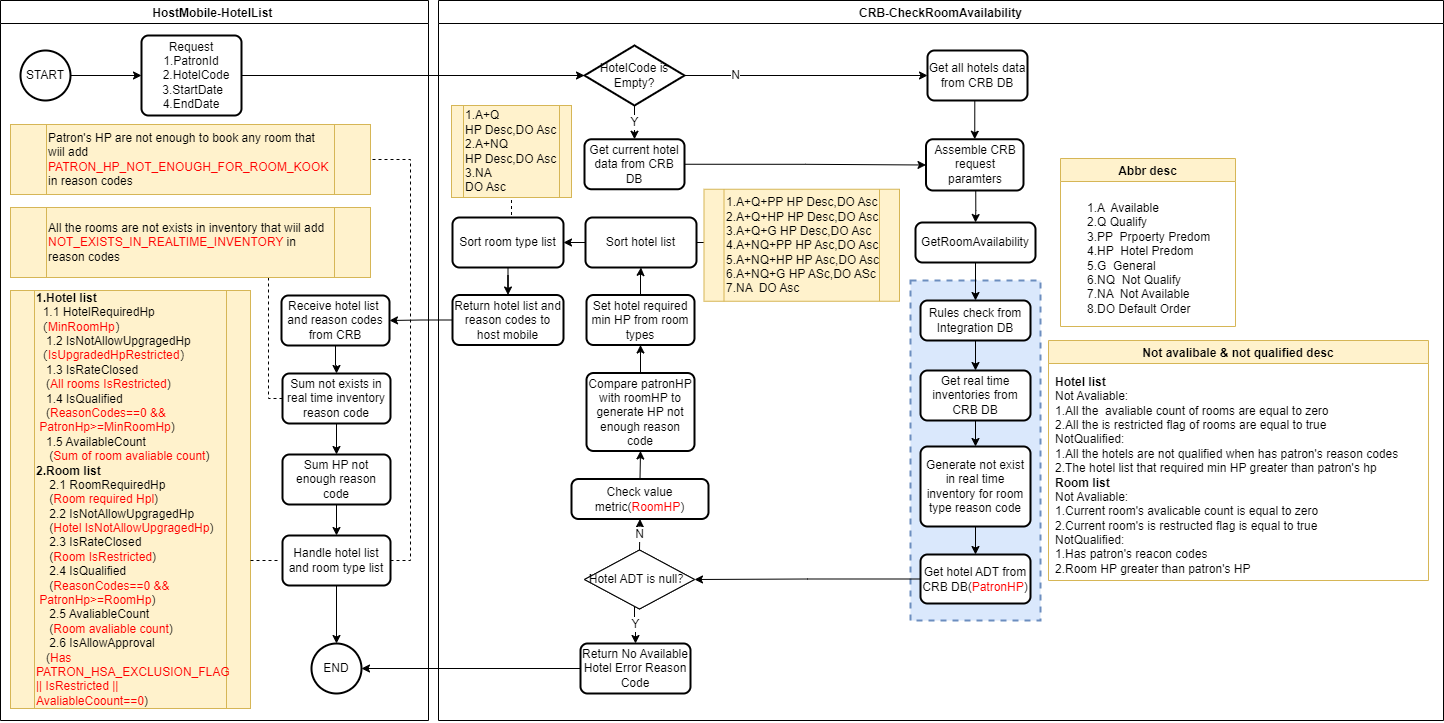
Earlier version of the draw.io export HotelList Flow Chart.png (xiaobao0706/drawio). Source tidied: cells renumbered, new cells last; positions are measured from the earlier drawing's top-left corner, leaving out a move shared by most shapes.
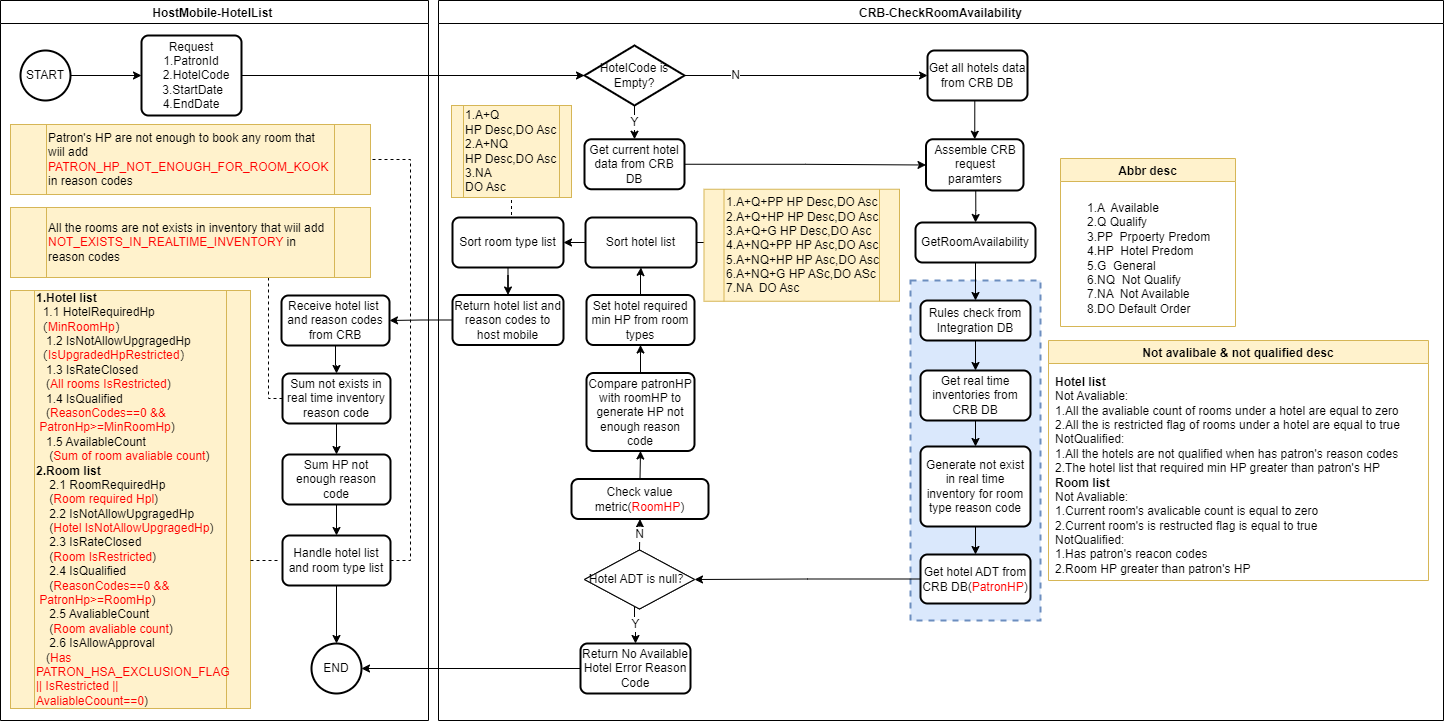
After the commit.

What changed in the source:
```diff
@@ -216,7 +216,7 @@
     <mxCell id="65" value="Not avalibale &amp; not qualified desc" style="swimlane;strokeWidth=1;fillColor=#fff2cc;strokeColor=#d6b656;" parent="21" vertex="1">
       <mxGeometry x="610" y="340" width="380" height="240" as="geometry" />
     </mxCell>
-    <mxCell id="66" value="&lt;b&gt;Hotel list&lt;br&gt;&lt;/b&gt;Not Avaliable:&lt;br&gt;1.All the&amp;nbsp; avaliable count of rooms are equal to zero&lt;br&gt;2.All the is restricted flag of rooms are equal to true&lt;br&gt;NotQualified:&lt;br&gt;1.All the hotels are not qualified when has patron's reason codes&lt;br&gt;2.The hotel list that required min HP greater than patron's hp&lt;br&gt;&lt;b&gt;Room list&lt;/b&gt;&lt;br&gt;Not Avaliable:&lt;br&gt;1.Current room's avalicable count is equal to zero&lt;br&gt;2.Current room's is restructed flag is equal to true&lt;br&gt;NotQualified:&lt;br&gt;1.Has patron's reacon codes&lt;br&gt;2.Room HP greater than patron's HP" style="text;html=1;align=left;verticalAlign=middle;strokeColor=none;fillColor=none;fontColor=#000000;" parent="65" vertex="1">
+    <mxCell id="66" value="&lt;b&gt;Hotel list&lt;br&gt;&lt;/b&gt;Not Avaliable:&lt;br&gt;1.All the avaliable count of rooms under a hotel are equal to zero&lt;br&gt;2.All the is restricted flag of rooms under a hotel are equal to true&lt;br&gt;NotQualified:&lt;br&gt;1.All the hotels are not qualified when has patron's reason codes&lt;br&gt;2.The hotel list that required min HP greater than patron's HP&lt;br&gt;&lt;b&gt;Room list&lt;/b&gt;&lt;br&gt;Not Avaliable:&lt;br&gt;1.Current room's avalicable count is equal to zero&lt;br&gt;2.Current room's is restructed flag is equal to true&lt;br&gt;NotQualified:&lt;br&gt;1.Has patron's reacon codes&lt;br&gt;2.Room HP greater than patron's HP" style="text;html=1;align=left;verticalAlign=middle;strokeColor=none;fillColor=none;fontColor=#000000;" parent="65" vertex="1">
       <mxGeometry x="5" y="30" width="370" height="210" as="geometry" />
     </mxCell>
     <mxCell id="67" style="edgeStyle=orthogonalEdgeStyle;rounded=0;jettySize=auto;html=1;exitX=1;exitY=0.5;exitDx=0;exitDy=0;entryX=0;entryY=0.5;entryDx=0;entryDy=0;entryPerimeter=0;" parent="1" edge="1" source="5" target="25">
```
